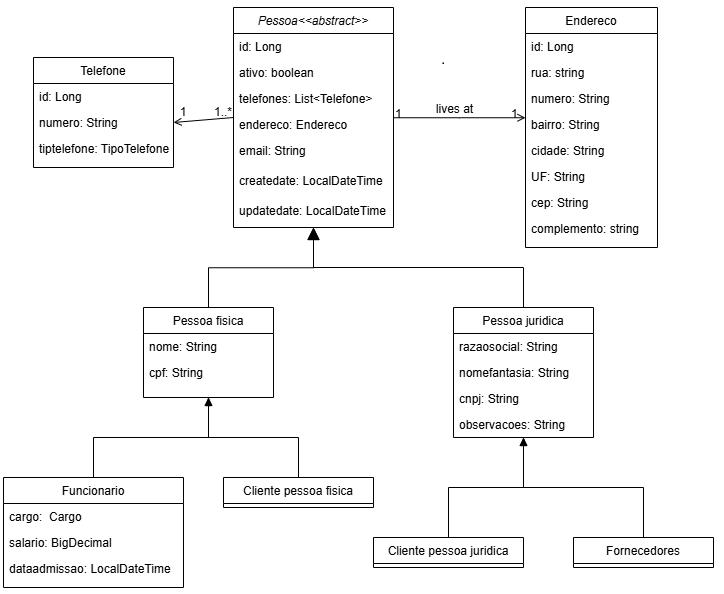
henriqueValgas/oficina-mecanica-api keeps this draw.io diagram as docs/diagramas/Diagrama de pessoa.drawio.png. Above is the earlier version. Source tidied: cells renumbered, new cells last; positions are measured from the earlier drawing's top-left corner, leaving out a move shared by most shapes.
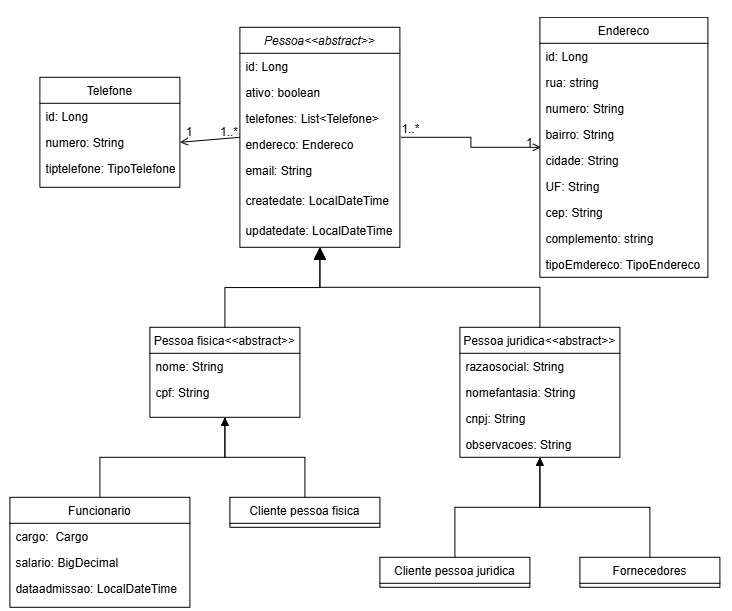
After the commit.

Diff of the diagram source:
```diff
@@ -29,32 +29,32 @@
     <mxCell id="10" value="updatedate: LocalDateTime&#10;" style="text;align=left;verticalAlign=top;spacingLeft=4;spacingRight=4;overflow=hidden;" parent="3" vertex="1">
       <mxGeometry y="190" width="160" height="30" as="geometry" />
     </mxCell>
-    <mxCell id="11" value="Pessoa fisica" style="swimlane;fontStyle=0;align=center;verticalAlign=top;horizontal=1;startSize=26;rounded=0;shadow=0;strokeWidth=1;" parent="1" vertex="1">
-      <mxGeometry x="140" y="300" width="130" height="90" as="geometry" />
+    <mxCell id="11" value="Pessoa fisica&lt;&lt;abstract&gt;&gt;" style="swimlane;fontStyle=0;align=center;verticalAlign=top;horizontal=1;startSize=26;rounded=0;shadow=0;strokeWidth=1;" parent="1" vertex="1">
+      <mxGeometry x="140" y="300" width="150" height="90" as="geometry" />
     </mxCell>
     <mxCell id="12" value="nome: String" style="text;align=left;verticalAlign=top;spacingLeft=4;spacingRight=4;overflow=hidden;" parent="11" vertex="1">
-      <mxGeometry y="26" width="130" height="26" as="geometry" />
+      <mxGeometry y="26" width="150" height="26" as="geometry" />
     </mxCell>
     <mxCell id="13" value="cpf: String" style="text;align=left;verticalAlign=top;spacingLeft=4;spacingRight=4;overflow=hidden;rounded=0;shadow=0;html=0;" parent="11" vertex="1">
-      <mxGeometry y="52" width="130" height="26" as="geometry" />
+      <mxGeometry y="52" width="150" height="26" as="geometry" />
     </mxCell>
     <mxCell id="14" style="endArrow=block;endSize=10;endFill=0;shadow=0;strokeWidth=1;rounded=0;curved=0;edgeStyle=elbowEdgeStyle;elbow=vertical;entryX=0.5;entryY=1;entryDx=0;entryDy=0;" parent="1" edge="1" source="11" target="3">
       <mxGeometry relative="1" as="geometry" />
     </mxCell>
-    <mxCell id="15" value="Pessoa juridica&#10;" style="swimlane;fontStyle=0;align=center;verticalAlign=top;horizontal=1;startSize=26;rounded=0;shadow=0;strokeWidth=1;" parent="1" vertex="1">
-      <mxGeometry x="450" y="300" width="140" height="130" as="geometry" />
+    <mxCell id="15" value="Pessoa juridica&lt;&lt;abstract&gt;&gt;" style="swimlane;fontStyle=0;align=center;verticalAlign=top;horizontal=1;startSize=26;rounded=0;shadow=0;strokeWidth=1;" parent="1" vertex="1">
+      <mxGeometry x="450" y="300" width="160" height="130" as="geometry" />
     </mxCell>
     <mxCell id="16" value="razaosocial: String" style="text;align=left;verticalAlign=top;spacingLeft=4;spacingRight=4;overflow=hidden;" parent="15" vertex="1">
-      <mxGeometry y="26" width="140" height="26" as="geometry" />
+      <mxGeometry y="26" width="160" height="26" as="geometry" />
     </mxCell>
     <mxCell id="17" value="nomefantasia: String" style="text;align=left;verticalAlign=top;spacingLeft=4;spacingRight=4;overflow=hidden;" parent="15" vertex="1">
-      <mxGeometry y="52" width="140" height="26" as="geometry" />
+      <mxGeometry y="52" width="160" height="26" as="geometry" />
     </mxCell>
     <mxCell id="18" value="cnpj: String" style="text;align=left;verticalAlign=top;spacingLeft=4;spacingRight=4;overflow=hidden;" parent="15" vertex="1">
-      <mxGeometry y="78" width="140" height="26" as="geometry" />
+      <mxGeometry y="78" width="160" height="26" as="geometry" />
     </mxCell>
     <mxCell id="19" value="observacoes: String" style="text;align=left;verticalAlign=top;spacingLeft=4;spacingRight=4;overflow=hidden;" parent="15" vertex="1">
-      <mxGeometry y="104" width="140" height="26" as="geometry" />
+      <mxGeometry y="104" width="160" height="26" as="geometry" />
     </mxCell>
     <mxCell id="20" style="endArrow=block;endSize=10;endFill=1;shadow=0;strokeWidth=1;rounded=0;curved=0;edgeStyle=elbowEdgeStyle;elbow=vertical;exitX=0.5;exitY=0;exitDx=0;exitDy=0;entryX=0.5;entryY=1;entryDx=0;entryDy=0;" parent="1" edge="1" source="15" target="3">
       <mxGeometry relative="1" as="geometry">
@@ -64,40 +64,45 @@
       </mxGeometry>
     </mxCell>
     <mxCell id="21" value="Endereco" style="swimlane;fontStyle=0;align=center;verticalAlign=top;horizontal=1;startSize=26;rounded=0;shadow=0;strokeWidth=1;" parent="1" vertex="1">
-      <mxGeometry x="522" width="132" height="240" as="geometry" />
+      <mxGeometry x="530" y="-10" width="168" height="260" as="geometry" />
     </mxCell>
     <mxCell id="22" value="id: Long" style="text;align=left;verticalAlign=top;spacingLeft=4;spacingRight=4;overflow=hidden;" parent="21" vertex="1">
-      <mxGeometry y="26" width="132" height="26" as="geometry" />
+      <mxGeometry y="26" width="168" height="26" as="geometry" />
     </mxCell>
     <mxCell id="23" value="rua: string" style="text;align=left;verticalAlign=top;spacingLeft=4;spacingRight=4;overflow=hidden;rounded=0;shadow=0;html=0;" parent="21" vertex="1">
-      <mxGeometry y="52" width="132" height="26" as="geometry" />
+      <mxGeometry y="52" width="168" height="26" as="geometry" />
     </mxCell>
     <mxCell id="24" value="numero: String" style="text;align=left;verticalAlign=top;spacingLeft=4;spacingRight=4;overflow=hidden;rounded=0;shadow=0;html=0;" parent="21" vertex="1">
-      <mxGeometry y="78" width="132" height="26" as="geometry" />
+      <mxGeometry y="78" width="168" height="26" as="geometry" />
     </mxCell>
     <mxCell id="25" value="bairro: String" style="text;align=left;verticalAlign=top;spacingLeft=4;spacingRight=4;overflow=hidden;rounded=0;shadow=0;html=0;" parent="21" vertex="1">
-      <mxGeometry y="104" width="132" height="26" as="geometry" />
+      <mxGeometry y="104" width="168" height="26" as="geometry" />
     </mxCell>
     <mxCell id="26" value="cidade: String" style="text;align=left;verticalAlign=top;spacingLeft=4;spacingRight=4;overflow=hidden;rounded=0;shadow=0;html=0;" parent="21" vertex="1">
-      <mxGeometry y="130" width="132" height="26" as="geometry" />
+      <mxGeometry y="130" width="168" height="26" as="geometry" />
     </mxCell>
     <mxCell id="27" value="UF: String" style="text;align=left;verticalAlign=top;spacingLeft=4;spacingRight=4;overflow=hidden;" parent="21" vertex="1">
-      <mxGeometry y="156" width="132" height="26" as="geometry" />
+      <mxGeometry y="156" width="168" height="26" as="geometry" />
     </mxCell>
     <mxCell id="28" value="cep: String" style="text;align=left;verticalAlign=top;spacingLeft=4;spacingRight=4;overflow=hidden;" parent="21" vertex="1">
-      <mxGeometry y="182" width="132" height="26" as="geometry" />
+      <mxGeometry y="182" width="168" height="26" as="geometry" />
     </mxCell>
     <mxCell id="29" value="complemento: string" style="text;align=left;verticalAlign=top;spacingLeft=4;spacingRight=4;overflow=hidden;" parent="21" vertex="1">
-      <mxGeometry y="208" width="132" height="26" as="geometry" />
+      <mxGeometry y="208" width="168" height="26" as="geometry" />
     </mxCell>
+    <mxCell id="51" value="tipoEmdereco: TipoEndereco" style="text;align=left;verticalAlign=top;spacingLeft=4;spacingRight=4;overflow=hidden;" parent="21" vertex="1">
+      <mxGeometry y="234" width="168" height="26" as="geometry" />
+    </mxCell>
-    <mxCell id="30" style="endArrow=open;shadow=0;strokeWidth=1;rounded=0;curved=0;endFill=1;edgeStyle=elbowEdgeStyle;elbow=vertical;" parent="1" edge="1" source="3" target="21">
+    <mxCell id="30" style="endArrow=open;shadow=0;strokeWidth=1;rounded=0;curved=0;endFill=1;edgeStyle=elbowEdgeStyle;elbow=horizontal;" parent="1" edge="1">
       <mxGeometry x="0.5" y="41" relative="1" as="geometry">
+        <mxPoint x="391" y="110" as="sourcePoint" />
+        <mxPoint x="531" y="120" as="targetPoint" />
         <mxPoint x="-40" y="32" as="offset" />
       </mxGeometry>
     </mxCell>
-    <mxCell id="31" value="1" style="align=left;verticalAlign=bottom;labelBackgroundColor=none;fontSize=12;" parent="30" vertex="1">
+    <mxCell id="31" value="1..*" style="align=left;verticalAlign=bottom;labelBackgroundColor=none;fontSize=12;" parent="30" vertex="1">
       <mxGeometry x="-1" relative="1" as="geometry">
-        <mxPoint y="4" as="offset" />
+        <mxPoint x="-1" as="offset" />
       </mxGeometry>
     </mxCell>
     <mxCell id="32" value="1" style="align=right;verticalAlign=bottom;labelBackgroundColor=none;fontSize=12;" parent="30" vertex="1">
@@ -105,11 +110,6 @@
         <mxPoint x="-7" y="4" as="offset" />
       </mxGeometry>
     </mxCell>
-    <mxCell id="33" value="lives at" style="text;html=1;align=center;verticalAlign=middle;labelBackgroundColor=none;rounded=0;shadow=0;strokeWidth=1;fontSize=12;" parent="30" vertex="1">
-      <mxGeometry x="0.5" y="49" relative="1" as="geometry">
-        <mxPoint x="-38" y="40" as="offset" />
-      </mxGeometry>
-    </mxCell>
     <mxCell id="34" style="edgeStyle=orthogonalEdgeStyle;rounded=0;jettySize=auto;html=1;exitX=0.5;exitY=0;exitDx=0;exitDy=0;entryX=0.5;entryY=1;entryDx=0;entryDy=0;endArrow=blockThin;endFill=0;" parent="1" edge="1" source="35" target="11">
       <mxGeometry relative="1" as="geometry" />
     </mxCell>
```
